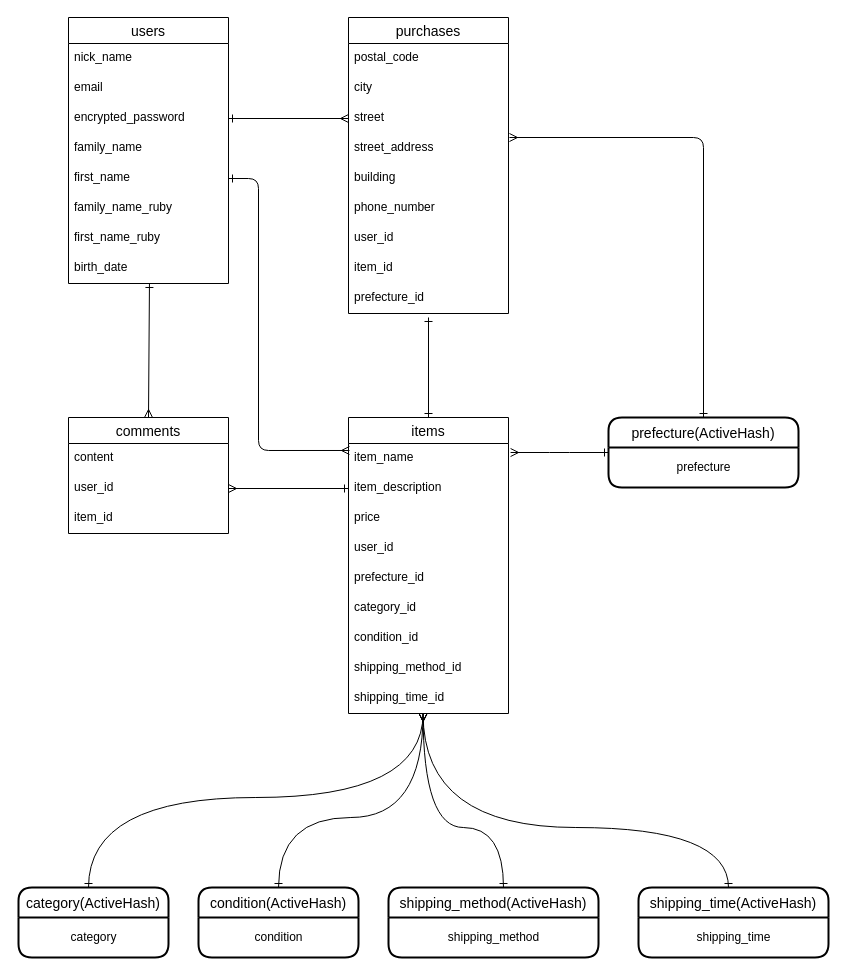
Earlier version of the draw.io diagram furima.dio (shotagithub/furima-38861). Source tidied: cells renumbered, new cells numbered last; positions are measured from the earlier drawing's top-left corner, leaving out a move shared by most shapes. Both pictures are drawn from the tidied source at 100%, with x=0, y=0 at pixel (18, 17).
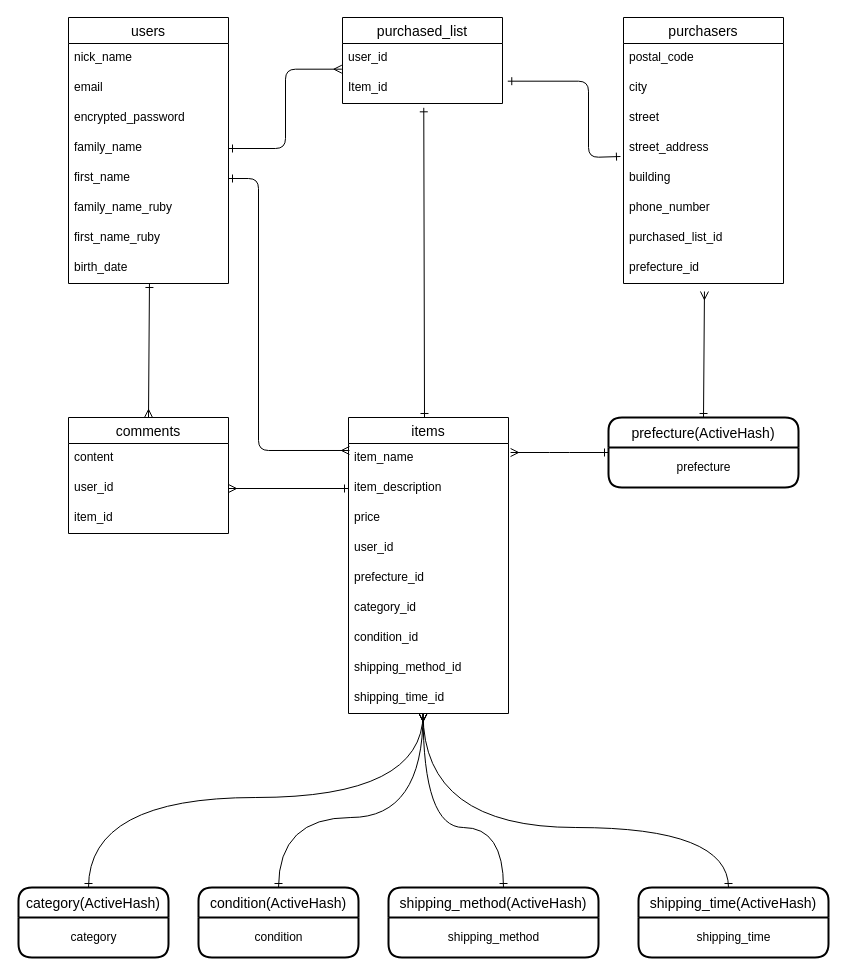
Above is the later version.

The change refers to these unchanged cells:
```xml
<mxCell id="3" value="items" style="swimlane;fontStyle=0;horizontal=1;startSize=26;align=center;fontSize=14;" parent="1" vertex="1">
  <mxGeometry x="330" y="400" width="160" height="296" as="geometry" />
</mxCell>
<mxCell id="16" value="encrypted_password" style="text;strokeColor=none;fillColor=none;spacingLeft=4;spacingRight=4;overflow=hidden;points=[[0,0.5],[1,0.5]];portConstraint=eastwest;fontSize=12;" parent="13" vertex="1">
  <mxGeometry y="86" width="160" height="30" as="geometry" />
</mxCell>
<mxCell id="17" value="family_name" style="text;strokeColor=none;fillColor=none;spacingLeft=4;spacingRight=4;overflow=hidden;points=[[0,0.5],[1,0.5]];portConstraint=eastwest;fontSize=12;" parent="13" vertex="1">
  <mxGeometry y="116" width="160" height="30" as="geometry" />
</mxCell>
<mxCell id="31" value="street" style="text;strokeColor=none;fillColor=none;spacingLeft=4;spacingRight=4;overflow=hidden;points=[[0,0.5],[1,0.5]];portConstraint=eastwest;fontSize=12;" parent="28" vertex="1">
  <mxGeometry y="86" width="160" height="30" as="geometry" />
</mxCell>
<mxCell id="32" value="street_address" style="text;strokeColor=none;fillColor=none;spacingLeft=4;spacingRight=4;overflow=hidden;points=[[0,0.5],[1,0.5]];portConstraint=eastwest;fontSize=12;" parent="28" vertex="1">
  <mxGeometry y="116" width="160" height="30" as="geometry" />
</mxCell>
<mxCell id="33" value="building" style="text;strokeColor=none;fillColor=none;spacingLeft=4;spacingRight=4;overflow=hidden;points=[[0,0.5],[1,0.5]];portConstraint=eastwest;fontSize=12;" parent="28" vertex="1">
  <mxGeometry y="146" width="160" height="30" as="geometry" />
</mxCell>
<mxCell id="49" value="prefecture(ActiveHash)" style="swimlane;horizontal=1;startSize=30;rounded=1;fontSize=14;fontStyle=0;strokeWidth=2;shadow=0;dashed=0;align=center;" parent="1" vertex="1">
  <mxGeometry x="590" y="400" width="190" height="70" as="geometry" />
</mxCell>
```

Change to the diagram source:
```diff
@@
-    <mxCell id="2" style="edgeStyle=none;html=1;endArrow=ERone;endFill=0;startArrow=ERone;startFill=0;entryX=0.5;entryY=1.133;entryDx=0;entryDy=0;entryPerimeter=0;" parent="1" edge="1" source="3" target="37">
-      <mxGeometry relative="1" as="geometry" />
-    </mxCell>
@@
-    <mxCell id="28" value="purchases" style="swimlane;fontStyle=0;horizontal=1;startSize=26;align=center;fontSize=14;" parent="1" vertex="1">
-      <mxGeometry x="330" width="160" height="296" as="geometry" />
+    <mxCell id="28" value="purchasers" style="swimlane;fontStyle=0;horizontal=1;startSize=26;align=center;fontSize=14;" parent="1" vertex="1">
+      <mxGeometry x="605" width="160" height="266" as="geometry" />
     </mxCell>
@@
-    <mxCell id="35" value="user_id" style="text;strokeColor=none;fillColor=none;spacingLeft=4;spacingRight=4;overflow=hidden;points=[[0,0.5],[1,0.5]];portConstraint=eastwest;fontSize=12;" parent="28" vertex="1">
-      <mxGeometry y="206" width="160" height="30" as="geometry" />
-    </mxCell>
-    <mxCell id="36" value="item_id" style="text;strokeColor=none;fillColor=none;spacingLeft=4;spacingRight=4;overflow=hidden;fontSize=12;" parent="28" vertex="1">
-      <mxGeometry y="236" width="160" height="30" as="geometry" />
+    <mxCell id="36" value="purchased_list_id" style="text;strokeColor=none;fillColor=none;spacingLeft=4;spacingRight=4;overflow=hidden;fontSize=12;" parent="28" vertex="1">
+      <mxGeometry y="206" width="160" height="30" as="geometry" />
     </mxCell>
     <mxCell id="37" value="prefecture_id" style="text;strokeColor=none;fillColor=none;spacingLeft=4;spacingRight=4;overflow=hidden;points=[[0,0.5],[1,0.5]];portConstraint=eastwest;fontSize=12;" parent="28" vertex="1">
-      <mxGeometry y="266" width="160" height="30" as="geometry" />
+      <mxGeometry y="236" width="160" height="30" as="geometry" />
     </mxCell>
-    <mxCell id="38" style="edgeStyle=none;html=1;exitX=1;exitY=0.5;exitDx=0;exitDy=0;entryX=0;entryY=0.5;entryDx=0;entryDy=0;startArrow=ERone;startFill=0;endArrow=ERmany;endFill=0;" parent="1" edge="1" source="16" target="31">
-      <mxGeometry relative="1" as="geometry" />
-    </mxCell>
@@
-    <mxCell id="48" style="edgeStyle=elbowEdgeStyle;elbow=vertical;html=1;exitX=0.5;exitY=0;exitDx=0;exitDy=0;startArrow=ERone;startFill=0;endArrow=ERmany;endFill=0;entryX=1.006;entryY=0.133;entryDx=0;entryDy=0;entryPerimeter=0;" parent="1" edge="1" source="49" target="32">
-      <mxGeometry relative="1" as="geometry">
-        <Array as="points">
-          <mxPoint x="720" y="120" />
-        </Array>
-      </mxGeometry>
+    <mxCell id="48" style="elbow=vertical;html=1;exitX=0.5;exitY=0;exitDx=0;exitDy=0;startArrow=ERone;startFill=0;endArrow=ERmany;endFill=0;entryX=0.506;entryY=1.267;entryDx=0;entryDy=0;entryPerimeter=0;" parent="1" edge="1" source="49" target="37">
+      <mxGeometry relative="1" as="geometry" />
     </mxCell>
@@
+    <mxCell id="57" value="purchased_list" style="swimlane;fontStyle=0;horizontal=1;startSize=26;align=center;fontSize=14;" parent="1" vertex="1">
+      <mxGeometry x="324" width="160" height="86" as="geometry" />
+    </mxCell>
+    <mxCell id="35" value="user_id" style="text;strokeColor=none;fillColor=none;spacingLeft=4;spacingRight=4;overflow=hidden;points=[[0,0.5],[1,0.5]];portConstraint=eastwest;fontSize=12;" parent="57" vertex="1">
+      <mxGeometry y="26" width="160" height="30" as="geometry" />
+    </mxCell>
+    <mxCell id="58" value="Item_id" style="text;strokeColor=none;fillColor=none;spacingLeft=4;spacingRight=4;overflow=hidden;points=[[0,0.5],[1,0.5]];portConstraint=eastwest;fontSize=12;" parent="57" vertex="1">
+      <mxGeometry y="56" width="160" height="30" as="geometry" />
+    </mxCell>
+    <mxCell id="59" style="html=1;startArrow=ERone;startFill=0;endArrow=ERone;endFill=0;exitX=0.508;exitY=1.144;exitDx=0;exitDy=0;exitPerimeter=0;" parent="1" edge="1" source="58">
+      <mxGeometry relative="1" as="geometry">
+        <mxPoint x="406" y="400" as="targetPoint" />
+      </mxGeometry>
+    </mxCell>
+    <mxCell id="60" style="html=1;startArrow=ERone;startFill=0;endArrow=ERone;endFill=0;edgeStyle=orthogonalEdgeStyle;entryX=-0.019;entryY=-0.233;entryDx=0;entryDy=0;entryPerimeter=0;exitX=1.033;exitY=0.256;exitDx=0;exitDy=0;exitPerimeter=0;" parent="1" edge="1" source="58" target="33">
+      <mxGeometry relative="1" as="geometry">
+        <Array as="points">
+          <mxPoint x="570" y="64" />
+          <mxPoint x="570" y="140" />
+          <mxPoint x="602" y="140" />
+        </Array>
+      </mxGeometry>
+    </mxCell>
+    <mxCell id="61" style="edgeStyle=orthogonalEdgeStyle;html=1;exitX=1;exitY=0.5;exitDx=0;exitDy=0;entryX=-0.004;entryY=0.856;entryDx=0;entryDy=0;entryPerimeter=0;startArrow=ERone;startFill=0;endArrow=ERmany;endFill=0;" parent="1" edge="1" source="17" target="35">
+      <mxGeometry relative="1" as="geometry" />
+    </mxCell>
```
